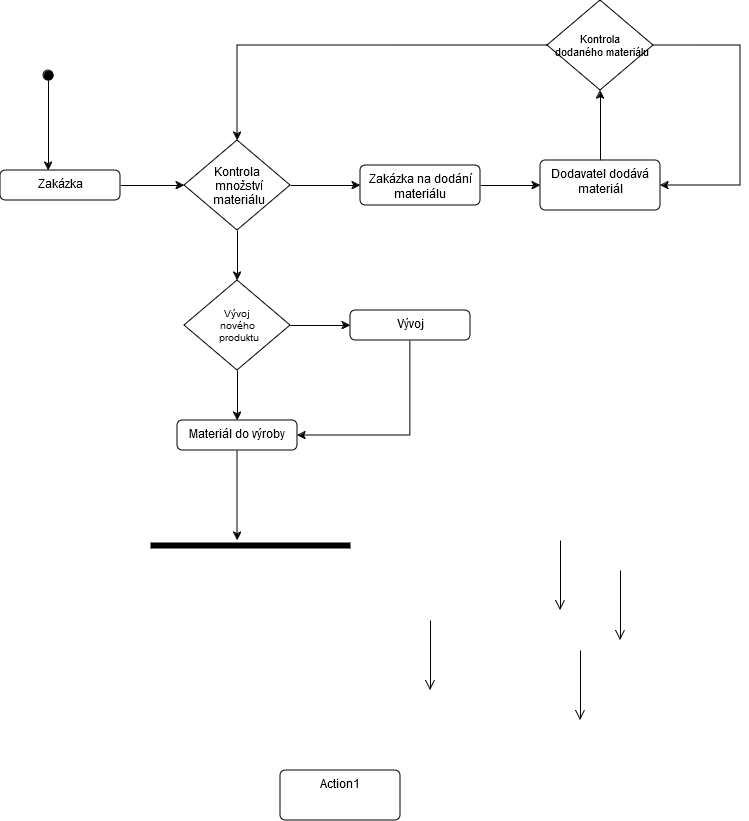
KarelMasa/pg keeps this draw.io diagram as SW_ING/Tuzka_Aktivity.png. Above is the earlier version. Source tidied: cells renumbered, new cells last; positions are measured from the earlier drawing's top-left corner, leaving out a move shared by most shapes.
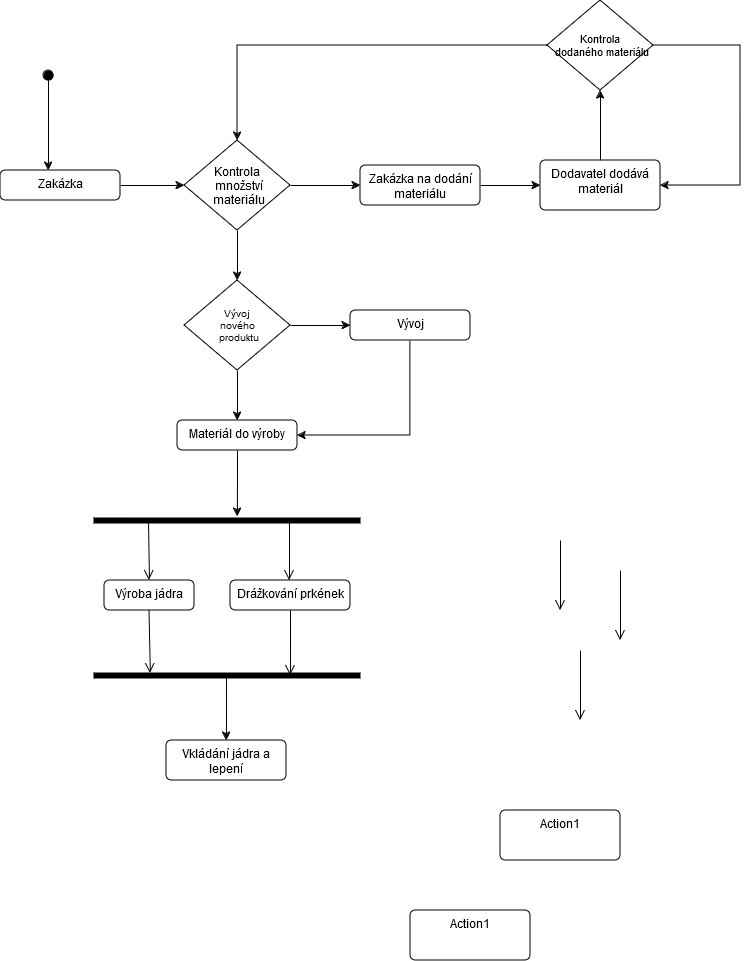
After the commit.

What changed in the source:
```diff
@@ -20,10 +20,8 @@
     <mxCell id="7" value="Zakázka na dodání materiálu" style="html=1;align=center;verticalAlign=top;rounded=1;absoluteArcSize=1;arcSize=10;dashed=0;whiteSpace=wrap;" parent="1" vertex="1">
       <mxGeometry x="360" y="165" width="120" height="40" as="geometry" />
     </mxCell>
-    <mxCell id="8" style="edgeStyle=orthogonalEdgeStyle;rounded=0;jettySize=auto;html=1;" parent="1" edge="1" source="9">
-      <mxGeometry relative="1" as="geometry">
-        <mxPoint x="237" y="540" as="targetPoint" />
-      </mxGeometry>
+    <mxCell id="8" style="rounded=0;jettySize=auto;html=1;entryX=0.539;entryY=0.1;entryDx=0;entryDy=0;entryPerimeter=0;exitX=0.5;exitY=1;exitDx=0;exitDy=0;" parent="1" edge="1" source="9" target="24">
+      <mxGeometry relative="1" as="geometry" />
     </mxCell>
     <mxCell id="9" value="Materiál do výroby" style="html=1;align=center;verticalAlign=top;rounded=1;absoluteArcSize=1;arcSize=10;dashed=0;whiteSpace=wrap;" parent="1" vertex="1">
       <mxGeometry x="177" y="420" width="120" height="30" as="geometry" />
@@ -38,8 +36,8 @@
     <mxCell id="11" value="Vývoj" style="html=1;align=center;verticalAlign=top;rounded=1;absoluteArcSize=1;arcSize=10;dashed=0;whiteSpace=wrap;" parent="1" vertex="1">
       <mxGeometry x="350" y="310" width="120" height="30" as="geometry" />
     </mxCell>
-    <mxCell id="12" value="Action1" style="html=1;align=center;verticalAlign=top;rounded=1;absoluteArcSize=1;arcSize=10;dashed=0;whiteSpace=wrap;" parent="1" vertex="1">
-      <mxGeometry x="280" y="770" width="120" height="50" as="geometry" />
+    <mxCell id="12" value="Vkládání jádra a lepení" style="html=1;align=center;verticalAlign=top;rounded=1;absoluteArcSize=1;arcSize=10;dashed=0;whiteSpace=wrap;" parent="1" vertex="1">
+      <mxGeometry x="166" y="740" width="120" height="40" as="geometry" />
     </mxCell>
     <mxCell id="13" style="edgeStyle=orthogonalEdgeStyle;rounded=0;jettySize=auto;html=1;entryX=0;entryY=0.5;entryDx=0;entryDy=0;" parent="1" edge="1" source="15" target="7">
       <mxGeometry relative="1" as="geometry" />
@@ -79,13 +77,10 @@
       <mxGeometry x="184" y="280" width="106" height="90" as="geometry" />
     </mxCell>
     <mxCell id="24" style="shape=line;html=1;strokeWidth=6;strokeColor=#000000;" parent="1" vertex="1">
-      <mxGeometry x="150" y="540" width="200" height="10" as="geometry" />
+      <mxGeometry x="93" y="515" width="267" height="10" as="geometry" />
     </mxCell>
-    <mxCell id="25" style="edgeStyle=orthogonalEdgeStyle;html=1;verticalAlign=bottom;endArrow=open;endSize=8;strokeColor=#000000;rounded=0;" parent="1" edge="1">
-      <mxGeometry relative="1" as="geometry">
-        <mxPoint x="430" y="620" as="sourcePoint" />
-        <mxPoint x="430" y="690" as="targetPoint" />
-      </mxGeometry>
+    <mxCell id="25" style="html=1;verticalAlign=bottom;endArrow=open;endSize=8;strokeColor=#000000;rounded=0;exitX=0.206;exitY=0.6;exitDx=0;exitDy=0;exitPerimeter=0;entryX=0.5;entryY=0;entryDx=0;entryDy=0;" parent="1" edge="1" source="24" target="30">
+      <mxGeometry relative="1" as="geometry" />
     </mxCell>
     <mxCell id="26" style="edgeStyle=orthogonalEdgeStyle;html=1;verticalAlign=bottom;endArrow=open;endSize=8;strokeColor=#000000;rounded=0;" parent="1" edge="1">
       <mxGeometry relative="1" as="geometry">
@@ -105,5 +100,39 @@
         <mxPoint x="620" y="640" as="targetPoint" />
       </mxGeometry>
     </mxCell>
+    <mxCell id="29" value="Drážkování prkének" style="html=1;align=center;verticalAlign=top;rounded=1;absoluteArcSize=1;arcSize=10;dashed=0;whiteSpace=wrap;" parent="1" vertex="1">
+      <mxGeometry x="230" y="580" width="120" height="30" as="geometry" />
+    </mxCell>
+    <mxCell id="30" value="Výroba jádra" style="html=1;align=center;verticalAlign=top;rounded=1;absoluteArcSize=1;arcSize=10;dashed=0;whiteSpace=wrap;" parent="1" vertex="1">
+      <mxGeometry x="104" y="580" width="90" height="30" as="geometry" />
+    </mxCell>
+    <mxCell id="31" value="Action1" style="html=1;align=center;verticalAlign=top;rounded=1;absoluteArcSize=1;arcSize=10;dashed=0;whiteSpace=wrap;" parent="1" vertex="1">
+      <mxGeometry x="410" y="910" width="120" height="50" as="geometry" />
+    </mxCell>
+    <mxCell id="32" value="Action1" style="html=1;align=center;verticalAlign=top;rounded=1;absoluteArcSize=1;arcSize=10;dashed=0;whiteSpace=wrap;" parent="1" vertex="1">
+      <mxGeometry x="500" y="810" width="120" height="50" as="geometry" />
+    </mxCell>
+    <mxCell id="33" style="html=1;verticalAlign=bottom;endArrow=open;endSize=8;strokeColor=#000000;rounded=0;exitX=0.069;exitY=0.5;exitDx=0;exitDy=0;exitPerimeter=0;entryX=0.5;entryY=0;entryDx=0;entryDy=0;" parent="1" edge="1">
+      <mxGeometry relative="1" as="geometry">
+        <mxPoint x="289" y="520" as="sourcePoint" />
+        <mxPoint x="289" y="580" as="targetPoint" />
+      </mxGeometry>
+    </mxCell>
+    <mxCell id="34" style="rounded=0;jettySize=auto;html=1;entryX=0.5;entryY=0;entryDx=0;entryDy=0;exitX=0.498;exitY=0.5;exitDx=0;exitDy=0;exitPerimeter=0;" parent="1" edge="1" source="35" target="12">
+      <mxGeometry relative="1" as="geometry" />
+    </mxCell>
+    <mxCell id="35" style="shape=line;html=1;strokeWidth=6;strokeColor=#000000;" parent="1" vertex="1">
+      <mxGeometry x="93" y="670" width="267" height="10" as="geometry" />
+    </mxCell>
+    <mxCell id="36" style="html=1;verticalAlign=bottom;endArrow=open;endSize=8;strokeColor=#000000;rounded=0;exitX=0.069;exitY=0.5;exitDx=0;exitDy=0;exitPerimeter=0;entryX=0.738;entryY=0.5;entryDx=0;entryDy=0;entryPerimeter=0;" parent="1" edge="1" target="35">
+      <mxGeometry relative="1" as="geometry">
+        <mxPoint x="290" y="610" as="sourcePoint" />
+      </mxGeometry>
+    </mxCell>
+    <mxCell id="37" style="html=1;verticalAlign=bottom;endArrow=open;endSize=8;strokeColor=#000000;rounded=0;exitX=0.069;exitY=0.5;exitDx=0;exitDy=0;exitPerimeter=0;entryX=0.213;entryY=0.3;entryDx=0;entryDy=0;entryPerimeter=0;" parent="1" edge="1" target="35">
+      <mxGeometry relative="1" as="geometry">
+        <mxPoint x="148.5" y="610" as="sourcePoint" />
+      </mxGeometry>
+    </mxCell>
   </root>
 </mxGraphModel>
```
